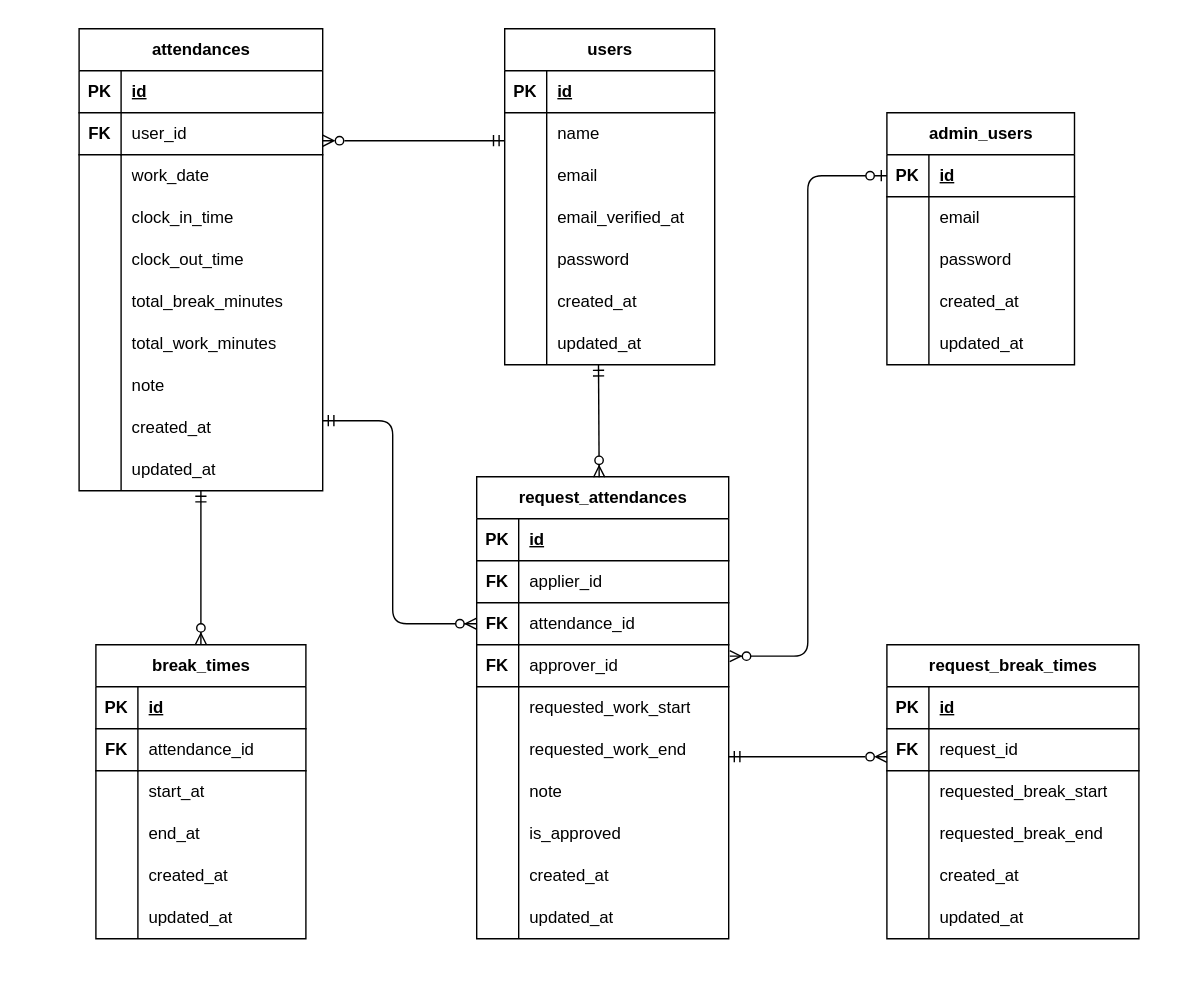
This is ER.drawio.svg from mutoryoko/Attendance-Management, a draw.io export, as it was before one commit. Source tidied: cells renumbered, new cells last; positions are measured from the earlier drawing's top-left corner, leaving out a move shared by most shapes.
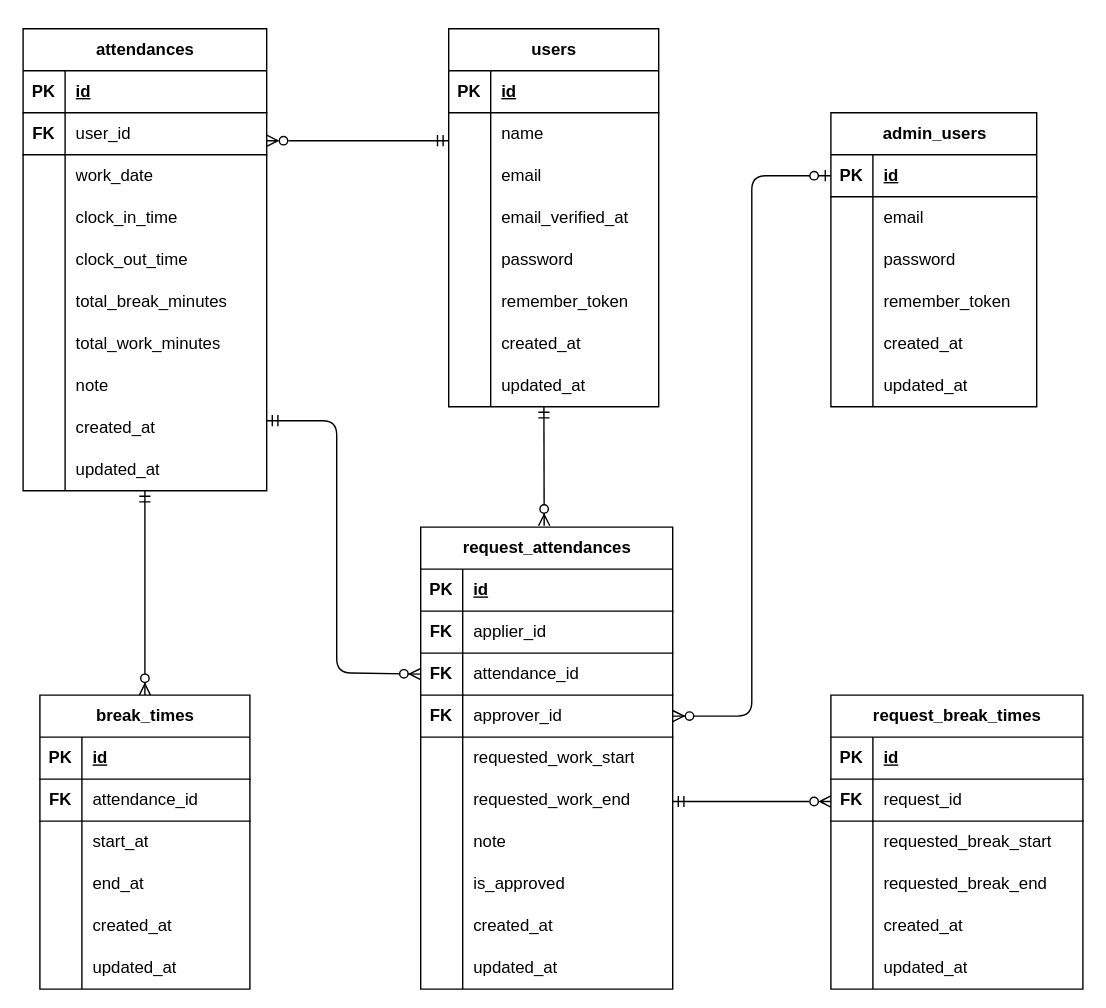
Later version of the same file.

Commit message:
phpunitテスト、RegisterとLoginは実装。usersテーブルとadmin_usersテーブルにremember_tokenを追加。マイグレーションとER図も修正。

What changed in the source:
```diff
@@ -3,10 +3,10 @@
     <mxCell id="0" />
     <mxCell id="1" parent="0" />
     <mxCell id="2" style="rounded=0;whiteSpace=wrap;html=1;strokeColor=none;" parent="1" vertex="1">
-      <mxGeometry width="860" height="720" as="geometry" />
+      <mxGeometry x="40" width="790" height="720" as="geometry" />
     </mxCell>
     <mxCell id="3" value="users" style="shape=table;startSize=30;rowLines=0;fontStyle=1;align=center;html=1;" parent="1" vertex="1">
-      <mxGeometry x="360" y="20" width="150" height="240" as="geometry" />
+      <mxGeometry x="360" y="20" width="150" height="270" as="geometry" />
     </mxCell>
     <mxCell id="4" style="shape=tableRow;horizontal=0;startSize=0;swimlaneHead=0;swimlaneBody=0;fillColor=none;top=0;left=0;right=0;bottom=1;" parent="3" vertex="1">
       <mxGeometry y="30" width="150" height="30" as="geometry" />
@@ -53,8 +53,17 @@
     <mxCell id="18" value="password" style="shape=partialRectangle;fillColor=none;top=0;left=0;bottom=0;right=0;align=left;spacingLeft=6;overflow=hidden;whiteSpace=wrap;html=1;" parent="16" vertex="1">
       <mxGeometry x="30" width="120" height="30" as="geometry" />
     </mxCell>
+    <mxCell id="147" style="shape=tableRow;horizontal=0;startSize=0;swimlaneHead=0;swimlaneBody=0;fillColor=none;top=0;left=0;right=0;bottom=0;" parent="3" vertex="1">
+      <mxGeometry y="180" width="150" height="30" as="geometry" />
+    </mxCell>
+    <mxCell id="148" style="shape=partialRectangle;fillColor=none;top=0;left=0;bottom=0;right=0;overflow=hidden;whiteSpace=wrap;html=1;" parent="147" vertex="1">
+      <mxGeometry width="30" height="30" as="geometry" />
+    </mxCell>
+    <mxCell id="149" value="remember_token" style="shape=partialRectangle;fillColor=none;top=0;left=0;bottom=0;right=0;align=left;spacingLeft=6;overflow=hidden;whiteSpace=wrap;html=1;" parent="147" vertex="1">
+      <mxGeometry x="30" width="120" height="30" as="geometry" />
+    </mxCell>
     <mxCell id="19" style="shape=tableRow;horizontal=0;startSize=0;swimlaneHead=0;swimlaneBody=0;fillColor=none;top=0;left=0;right=0;bottom=0;" parent="3" vertex="1">
-      <mxGeometry y="180" width="150" height="30" as="geometry" />
+      <mxGeometry y="210" width="150" height="30" as="geometry" />
     </mxCell>
     <mxCell id="20" style="shape=partialRectangle;fillColor=none;top=0;left=0;bottom=0;right=0;overflow=hidden;whiteSpace=wrap;html=1;" parent="19" vertex="1">
       <mxGeometry width="30" height="30" as="geometry" />
@@ -63,7 +72,7 @@
       <mxGeometry x="30" width="120" height="30" as="geometry" />
     </mxCell>
     <mxCell id="22" style="shape=tableRow;horizontal=0;startSize=0;swimlaneHead=0;swimlaneBody=0;fillColor=none;top=0;left=0;right=0;bottom=0;" parent="3" vertex="1">
-      <mxGeometry y="210" width="150" height="30" as="geometry" />
+      <mxGeometry y="240" width="150" height="30" as="geometry" />
     </mxCell>
     <mxCell id="23" style="shape=partialRectangle;fillColor=none;top=0;left=0;bottom=0;right=0;overflow=hidden;whiteSpace=wrap;html=1;" parent="22" vertex="1">
       <mxGeometry width="30" height="30" as="geometry" />
@@ -72,52 +81,61 @@
       <mxGeometry x="30" width="120" height="30" as="geometry" />
     </mxCell>
     <mxCell id="25" value="admin_users" style="shape=table;startSize=30;rowLines=0;fontStyle=1;align=center;html=1;" parent="1" vertex="1">
-      <mxGeometry x="633" y="80" width="134" height="180" as="geometry" />
+      <mxGeometry x="633" y="80" width="147" height="210" as="geometry" />
     </mxCell>
     <mxCell id="26" style="shape=tableRow;horizontal=0;startSize=0;swimlaneHead=0;swimlaneBody=0;fillColor=none;points=[[0,0.5],[1,0.5]];portConstraint=eastwest;top=0;left=0;right=0;bottom=1;" parent="25" vertex="1">
-      <mxGeometry y="30" width="134" height="30" as="geometry" />
+      <mxGeometry y="30" width="147" height="30" as="geometry" />
     </mxCell>
     <mxCell id="27" value="PK" style="shape=partialRectangle;fillColor=none;top=0;left=0;bottom=0;right=0;fontStyle=1;overflow=hidden;whiteSpace=wrap;html=1;" parent="26" vertex="1">
       <mxGeometry width="30" height="30" as="geometry" />
     </mxCell>
     <mxCell id="28" value="id" style="shape=partialRectangle;fillColor=none;top=0;left=0;bottom=0;right=0;align=left;spacingLeft=6;fontStyle=5;overflow=hidden;whiteSpace=wrap;html=1;" parent="26" vertex="1">
-      <mxGeometry x="30" width="104" height="30" as="geometry" />
+      <mxGeometry x="30" width="117" height="30" as="geometry" />
     </mxCell>
     <mxCell id="29" style="shape=tableRow;horizontal=0;startSize=0;swimlaneHead=0;swimlaneBody=0;fillColor=none;top=0;left=0;right=0;bottom=0;" parent="25" vertex="1">
-      <mxGeometry y="60" width="134" height="30" as="geometry" />
+      <mxGeometry y="60" width="147" height="30" as="geometry" />
     </mxCell>
     <mxCell id="30" style="shape=partialRectangle;fillColor=none;top=0;left=0;bottom=0;right=0;overflow=hidden;whiteSpace=wrap;html=1;" parent="29" vertex="1">
       <mxGeometry width="30" height="30" as="geometry" />
     </mxCell>
     <mxCell id="31" value="email" style="shape=partialRectangle;fillColor=none;top=0;left=0;bottom=0;right=0;align=left;spacingLeft=6;overflow=hidden;whiteSpace=wrap;html=1;" parent="29" vertex="1">
-      <mxGeometry x="30" width="104" height="30" as="geometry" />
+      <mxGeometry x="30" width="117" height="30" as="geometry" />
     </mxCell>
     <mxCell id="32" style="shape=tableRow;horizontal=0;startSize=0;swimlaneHead=0;swimlaneBody=0;fillColor=none;top=0;left=0;right=0;bottom=0;" parent="25" vertex="1">
-      <mxGeometry y="90" width="134" height="30" as="geometry" />
+      <mxGeometry y="90" width="147" height="30" as="geometry" />
     </mxCell>
     <mxCell id="33" style="shape=partialRectangle;fillColor=none;top=0;left=0;bottom=0;right=0;overflow=hidden;whiteSpace=wrap;html=1;" parent="32" vertex="1">
       <mxGeometry width="30" height="30" as="geometry" />
     </mxCell>
     <mxCell id="34" value="password" style="shape=partialRectangle;fillColor=none;top=0;left=0;bottom=0;right=0;align=left;spacingLeft=6;overflow=hidden;whiteSpace=wrap;html=1;" parent="32" vertex="1">
-      <mxGeometry x="30" width="104" height="30" as="geometry" />
+      <mxGeometry x="30" width="117" height="30" as="geometry" />
     </mxCell>
+    <mxCell id="150" style="shape=tableRow;horizontal=0;startSize=0;swimlaneHead=0;swimlaneBody=0;fillColor=none;top=0;left=0;right=0;bottom=0;" parent="25" vertex="1">
+      <mxGeometry y="120" width="147" height="30" as="geometry" />
+    </mxCell>
+    <mxCell id="151" style="shape=partialRectangle;fillColor=none;top=0;left=0;bottom=0;right=0;overflow=hidden;whiteSpace=wrap;html=1;" parent="150" vertex="1">
+      <mxGeometry width="30" height="30" as="geometry" />
+    </mxCell>
+    <mxCell id="152" value="remember_token" style="shape=partialRectangle;fillColor=none;top=0;left=0;bottom=0;right=0;align=left;spacingLeft=6;overflow=hidden;whiteSpace=wrap;html=1;" parent="150" vertex="1">
+      <mxGeometry x="30" width="117" height="30" as="geometry" />
+    </mxCell>
     <mxCell id="35" style="shape=tableRow;horizontal=0;startSize=0;swimlaneHead=0;swimlaneBody=0;fillColor=none;top=0;left=0;right=0;bottom=0;" parent="25" vertex="1">
-      <mxGeometry y="120" width="134" height="30" as="geometry" />
+      <mxGeometry y="150" width="147" height="30" as="geometry" />
     </mxCell>
     <mxCell id="36" style="shape=partialRectangle;fillColor=none;top=0;left=0;bottom=0;right=0;overflow=hidden;whiteSpace=wrap;html=1;" parent="35" vertex="1">
       <mxGeometry width="30" height="30" as="geometry" />
     </mxCell>
     <mxCell id="37" value="created_at" style="shape=partialRectangle;fillColor=none;top=0;left=0;bottom=0;right=0;align=left;spacingLeft=6;overflow=hidden;whiteSpace=wrap;html=1;" parent="35" vertex="1">
-      <mxGeometry x="30" width="104" height="30" as="geometry" />
+      <mxGeometry x="30" width="117" height="30" as="geometry" />
     </mxCell>
     <mxCell id="38" style="shape=tableRow;horizontal=0;startSize=0;swimlaneHead=0;swimlaneBody=0;fillColor=none;top=0;left=0;right=0;bottom=0;" parent="25" vertex="1">
-      <mxGeometry y="150" width="134" height="30" as="geometry" />
+      <mxGeometry y="180" width="147" height="30" as="geometry" />
     </mxCell>
     <mxCell id="39" style="shape=partialRectangle;fillColor=none;top=0;left=0;bottom=0;right=0;overflow=hidden;whiteSpace=wrap;html=1;" parent="38" vertex="1">
       <mxGeometry width="30" height="30" as="geometry" />
     </mxCell>
     <mxCell id="40" value="updated_at" style="shape=partialRectangle;fillColor=none;top=0;left=0;bottom=0;right=0;align=left;spacingLeft=6;overflow=hidden;whiteSpace=wrap;html=1;" parent="38" vertex="1">
-      <mxGeometry x="30" width="104" height="30" as="geometry" />
+      <mxGeometry x="30" width="117" height="30" as="geometry" />
     </mxCell>
     <mxCell id="41" value="attendances" style="shape=table;startSize=30;rowLines=0;fontStyle=1;align=center;html=1;" parent="1" vertex="1">
       <mxGeometry x="56" y="20" width="174" height="330" as="geometry" />
@@ -213,7 +231,7 @@
       <mxGeometry x="30" width="144" height="30" as="geometry" />
     </mxCell>
     <mxCell id="72" value="break_times" style="shape=table;startSize=30;rowLines=0;fontStyle=1;align=center;html=1;" parent="1" vertex="1">
-      <mxGeometry x="68" y="460" width="150" height="210" as="geometry" />
+      <mxGeometry x="68" y="496" width="150" height="210" as="geometry" />
     </mxCell>
     <mxCell id="73" style="shape=tableRow;horizontal=0;startSize=0;swimlaneHead=0;swimlaneBody=0;fillColor=none;top=0;left=0;right=0;bottom=1;" parent="72" vertex="1">
       <mxGeometry y="30" width="150" height="30" as="geometry" />
@@ -270,7 +288,7 @@
       <mxGeometry x="30" width="120" height="30" as="geometry" />
     </mxCell>
     <mxCell id="91" value="request_break_times" style="shape=table;startSize=30;rowLines=0;fontStyle=1;align=center;html=1;" parent="1" vertex="1">
-      <mxGeometry x="633" y="460" width="180" height="210" as="geometry" />
+      <mxGeometry x="633" y="496" width="180" height="210" as="geometry" />
     </mxCell>
     <mxCell id="92" style="shape=tableRow;horizontal=0;startSize=0;swimlaneHead=0;swimlaneBody=0;fillColor=none;top=0;left=0;right=0;bottom=1;" parent="91" vertex="1">
       <mxGeometry y="30" width="180" height="30" as="geometry" />
@@ -333,7 +351,7 @@
       </mxGeometry>
     </mxCell>
     <mxCell id="111" value="request_attendances" style="shape=table;startSize=30;rowLines=0;fontStyle=1;align=center;html=1;" parent="1" vertex="1">
-      <mxGeometry x="340" y="340" width="180" height="330" as="geometry" />
+      <mxGeometry x="340" y="376" width="180" height="330" as="geometry" />
     </mxCell>
     <mxCell id="112" style="shape=tableRow;horizontal=0;startSize=0;swimlaneHead=0;swimlaneBody=0;fillColor=none;top=0;left=0;right=0;bottom=1;" parent="111" vertex="1">
       <mxGeometry y="30" width="180" height="30" as="geometry" />
@@ -428,16 +446,15 @@
     <mxCell id="142" style="fontSize=12;html=1;endArrow=ERzeroToMany;startArrow=ERmandOne;entryX=0.5;entryY=0;entryDx=0;entryDy=0;" parent="1" edge="1" source="69" target="72">
       <mxGeometry relative="1" as="geometry" />
     </mxCell>
-    <mxCell id="143" style="fontSize=12;html=1;endArrow=ERzeroToMany;startArrow=ERmandOne;entryX=0.536;entryY=0.001;entryDx=0;entryDy=0;entryPerimeter=0;" parent="1" edge="1">
+    <mxCell id="143" style="fontSize=12;html=1;endArrow=ERzeroToMany;startArrow=ERmandOne;entryX=0.49;entryY=-0.003;entryDx=0;entryDy=0;entryPerimeter=0;" parent="1" edge="1" target="111">
       <mxGeometry relative="1" as="geometry">
-        <mxPoint x="427" y="260" as="sourcePoint" />
-        <mxPoint x="427.5" y="340.3" as="targetPoint" />
+        <mxPoint x="428" y="290" as="sourcePoint" />
       </mxGeometry>
     </mxCell>
     <mxCell id="144" style="fontSize=12;html=1;endArrow=ERmandOne;startArrow=ERzeroToMany;startFill=0;entryX=1;entryY=0.5;entryDx=0;entryDy=0;exitX=0;exitY=0.5;exitDx=0;exitDy=0;" parent="1" edge="1">
       <mxGeometry relative="1" as="geometry">
-        <mxPoint x="633" y="540" as="sourcePoint" />
-        <mxPoint x="520" y="540" as="targetPoint" />
+        <mxPoint x="633" y="572" as="sourcePoint" />
+        <mxPoint x="520" y="572" as="targetPoint" />
       </mxGeometry>
     </mxCell>
     <mxCell id="145" style="edgeStyle=orthogonalEdgeStyle;fontSize=12;html=1;endArrow=ERzeroToMany;startArrow=ERmandOne;entryX=0;entryY=0.5;entryDx=0;entryDy=0;" parent="1" edge="1" target="118">
@@ -445,11 +462,12 @@
         <mxPoint x="230" y="300" as="sourcePoint" />
         <Array as="points">
           <mxPoint x="280" y="300" />
-          <mxPoint x="280" y="445" />
+          <mxPoint x="280" y="480" />
+          <mxPoint x="340" y="480" />
         </Array>
       </mxGeometry>
     </mxCell>
-    <mxCell id="146" style="edgeStyle=orthogonalEdgeStyle;fontSize=12;html=1;endArrow=ERzeroToMany;startArrow=ERzeroToOne;exitX=0;exitY=0.5;exitDx=0;exitDy=0;entryX=1.004;entryY=0.272;entryDx=0;entryDy=0;entryPerimeter=0;" parent="1" edge="1" source="26" target="121">
+    <mxCell id="146" style="edgeStyle=orthogonalEdgeStyle;fontSize=12;html=1;endArrow=ERzeroToMany;startArrow=ERzeroToOne;exitX=0;exitY=0.5;exitDx=0;exitDy=0;entryX=1;entryY=0.5;entryDx=0;entryDy=0;" parent="1" edge="1" source="26" target="121">
       <mxGeometry relative="1" as="geometry" />
     </mxCell>
   </root>
```
